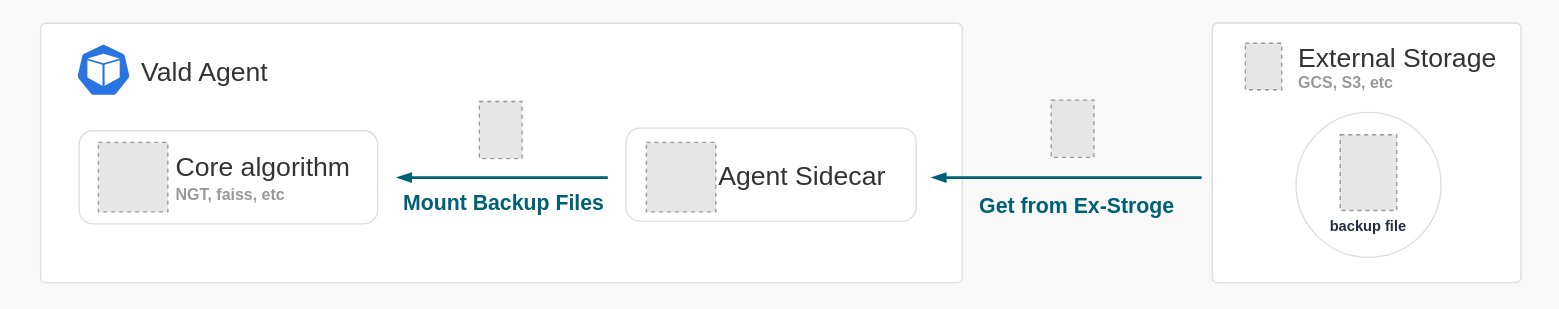
This is page "sidecar_restore" (3 of 4) of assets/docs/overview/component/agent/agent.drawio from vdaas/vald, a draw.io file, before an edit. Source tidied: cells renumbered, new cells numbered last; positions are measured from the earlier drawing's top-left corner, leaving out a move shared by most shapes. Both pictures are drawn from the tidied source at 133%, with x=0, y=0 at pixel (40, 23). Pictures stored in the file or linked from it are replaced by grey dashed boxes.
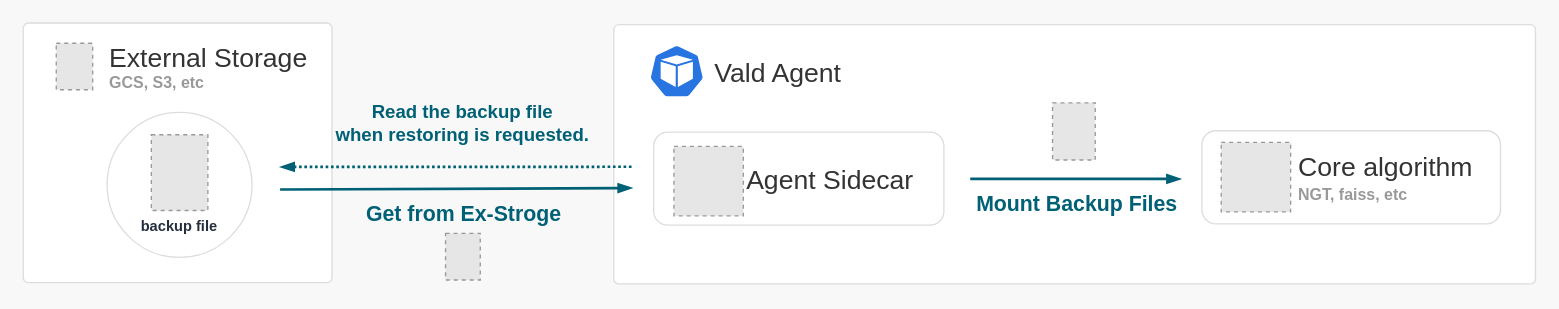
After the change.

What changed in the source:
```diff
@@
     <mxCell id="2" value="&lt;blockquote style=&quot;margin: 0px 0px 0px 40px ; border: none ; padding: 0px ; font-size: 20px&quot;&gt;&lt;blockquote style=&quot;margin: 0px 0px 0px 40px ; border: none ; padding: 0px ; font-size: 20px&quot;&gt;&lt;br&gt;&lt;/blockquote&gt;&lt;/blockquote&gt;" style="rounded=1;whiteSpace=wrap;html=1;shadow=0;glass=0;comic=0;strokeWidth=1;fontSize=20;fontColor=#000000;align=left;labelBackgroundColor=none;strokeColor=#DDDDDD;fillColor=#ffffff;verticalAlign=top;arcSize=2;" parent="1" vertex="1">
-      <mxGeometry x="881" y="-0.2" width="232.1" height="195.2" as="geometry" />
+      <mxGeometry x="-13" y="-0.2" width="232.1" height="195.2" as="geometry" />
     </mxCell>
     <mxCell id="3" value="&lt;blockquote style=&quot;margin: 0px 0px 0px 40px ; border: none ; padding: 0px ; font-size: 20px&quot;&gt;&lt;blockquote style=&quot;margin: 0px 0px 0px 40px ; border: none ; padding: 0px ; font-size: 20px&quot;&gt;&lt;br&gt;&lt;/blockquote&gt;&lt;/blockquote&gt;" style="rounded=1;whiteSpace=wrap;html=1;shadow=0;glass=0;comic=0;strokeWidth=1;fontSize=20;fontColor=#000000;align=left;labelBackgroundColor=none;strokeColor=#DDDDDD;fillColor=#ffffff;verticalAlign=top;arcSize=2;" parent="1" vertex="1">
-      <mxGeometry width="693" height="195" as="geometry" />
+      <mxGeometry x="431" y="1" width="693" height="195" as="geometry" />
     </mxCell>
     <mxCell id="4" value="&lt;font color=&quot;#006076&quot;&gt;Get from Ex-Stroge&lt;/font&gt;" style="text;html=1;align=center;verticalAlign=middle;strokeColor=none;fillColor=none;fontSize=16;shadow=0;fontStyle=1;" parent="1" vertex="1">
-      <mxGeometry x="696" y="121.8" width="165" height="31" as="geometry" />
+      <mxGeometry x="235" y="127" width="165" height="31" as="geometry" />
     </mxCell>
     <mxCell id="5" value="&lt;font color=&quot;#006076&quot;&gt;Mount Backup Files&lt;/font&gt;" style="text;html=1;align=center;verticalAlign=middle;strokeColor=none;fillColor=none;fontSize=16;shadow=0;fontStyle=1;" parent="1" vertex="1">
-      <mxGeometry x="263.5" y="119.8" width="169" height="31" as="geometry" />
+      <mxGeometry x="694.5" y="120.8" width="169" height="31" as="geometry" />
     </mxCell>
     <mxCell id="6" style="sketch=0;html=1;dashed=0;whitespace=wrap;fillColor=#2875E2;strokeColor=#ffffff;shape=mxgraph.kubernetes.icon;prIcon=pod;fontSize=16;" parent="1" vertex="1">
-      <mxGeometry x="26.5" y="15" width="41.7" height="40" as="geometry" />
+      <mxGeometry x="457.5" y="16" width="41.7" height="40" as="geometry" />
     </mxCell>
     <mxCell id="7" value="&lt;span style=&quot;color: rgb(51, 51, 51); font-family: Helvetica; font-size: 20px; font-style: normal; font-variant-ligatures: normal; font-variant-caps: normal; letter-spacing: normal; orphans: 2; text-align: left; text-indent: 0px; text-transform: none; widows: 2; word-spacing: 0px; -webkit-text-stroke-width: 0px; text-decoration-thickness: initial; text-decoration-style: initial; text-decoration-color: initial; float: none; display: inline !important;&quot;&gt;Vald Agent&lt;/span&gt;" style="text;whiteSpace=wrap;html=1;fontStyle=0;spacing=0;" parent="1" vertex="1">
-      <mxGeometry x="75.5" y="20" width="111" height="30" as="geometry" />
+      <mxGeometry x="506.5" y="21" width="111" height="30" as="geometry" />
     </mxCell>
     <mxCell id="8" value="&lt;blockquote style=&quot;margin: 0px 0px 0px 40px ; border: none ; padding: 0px ; font-size: 20px&quot;&gt;&lt;blockquote style=&quot;margin: 0px 0px 0px 40px ; border: none ; padding: 0px ; font-size: 10px&quot;&gt;&lt;br&gt;&lt;/blockquote&gt;&lt;/blockquote&gt;" style="rounded=1;whiteSpace=wrap;html=1;shadow=0;glass=0;comic=0;strokeWidth=1;fontSize=20;align=left;labelBackgroundColor=none;verticalAlign=top;strokeColor=#dddddd;" parent="1" vertex="1">
-      <mxGeometry x="29" y="80.8" width="224.5" height="70" as="geometry" />
+      <mxGeometry x="873.2" y="80.8" width="224.5" height="70" as="geometry" />
     </mxCell>
     <mxCell id="9" value="&lt;blockquote style=&quot;color: rgb(0, 0, 0); font-family: Helvetica; font-style: normal; font-variant-ligatures: normal; font-variant-caps: normal; font-weight: 400; letter-spacing: normal; orphans: 2; text-indent: 0px; text-transform: none; widows: 2; word-spacing: 0px; -webkit-text-stroke-width: 0px; text-decoration-thickness: initial; text-decoration-style: initial; text-decoration-color: initial; margin: 0px 0px 0px 40px; border: none; padding: 0px; font-size: 10px;&quot;&gt;&lt;br&gt;&lt;/blockquote&gt;&lt;blockquote style=&quot;color: rgb(0, 0, 0); font-family: Helvetica; font-style: normal; font-variant-ligatures: normal; font-variant-caps: normal; font-weight: 400; letter-spacing: normal; orphans: 2; text-indent: 0px; text-transform: none; widows: 2; word-spacing: 0px; -webkit-text-stroke-width: 0px; text-decoration-thickness: initial; text-decoration-style: initial; text-decoration-color: initial; margin: 0px 0px 0px 40px; border: none; padding: 0px; font-size: 20px;&quot;&gt;&lt;br&gt;&lt;/blockquote&gt;" style="text;whiteSpace=wrap;html=1;fontSize=18;align=left;spacing=0;" parent="1" vertex="1">
-      <mxGeometry x="68" y="88.8" width="220" height="60" as="geometry" />
+      <mxGeometry x="499" y="89.8" width="220" height="60" as="geometry" />
     </mxCell>
     <mxCell id="10" value="&lt;span style=&quot;color: rgb(51, 51, 51); font-family: Helvetica; font-size: 20px; font-style: normal; font-variant-ligatures: normal; font-variant-caps: normal; font-weight: 400; letter-spacing: normal; orphans: 2; text-align: left; text-indent: 0px; text-transform: none; widows: 2; word-spacing: 0px; -webkit-text-stroke-width: 0px; text-decoration-thickness: initial; text-decoration-style: initial; text-decoration-color: initial; float: none; display: inline !important;&quot;&gt;Core algorithm&lt;/span&gt;" style="text;whiteSpace=wrap;html=1;fontSize=19;spacing=0;" parent="1" vertex="1">
-      <mxGeometry x="102" y="90.8" width="160" height="30" as="geometry" />
+      <mxGeometry x="946.2" y="90.8" width="160" height="30" as="geometry" />
     </mxCell>
     <mxCell id="11" value="&lt;b style=&quot;font-family: Helvetica; font-style: normal; font-variant-ligatures: normal; font-variant-caps: normal; letter-spacing: normal; orphans: 2; text-align: left; text-indent: 0px; text-transform: none; widows: 2; word-spacing: 0px; -webkit-text-stroke-width: 0px; text-decoration-thickness: initial; text-decoration-style: initial; text-decoration-color: initial; font-size: 12px; color: rgb(153, 153, 153);&quot;&gt;NGT, faiss, etc&lt;/b&gt;" style="text;whiteSpace=wrap;html=1;fontSize=19;spacing=0;" parent="1" vertex="1">
-      <mxGeometry x="102" y="110.8" width="120" height="30" as="geometry" />
+      <mxGeometry x="946.2" y="110.8" width="120" height="30" as="geometry" />
     </mxCell>
     <mxCell id="12" style="fillColor=#E6E6E6;strokeColor=#999999;dashed=1;verticalLabelPosition=bottom;labelBackgroundColor=default;verticalAlign=top;" parent="1" vertex="1">
-      <mxGeometry x="329.9" y="58.8" width="32.1" height="43" as="geometry" />
+      <mxGeometry x="760.9" y="59.8" width="32.1" height="43" as="geometry" />
     </mxCell>
-    <mxCell id="13" style="endArrow=none;html=1;rounded=0;fontColor=none;strokeWidth=2;endFill=0;strokeColor=#006076;startArrow=blockThin;startFill=1;" parent="1" edge="1">
+    <mxCell id="13" style="endArrow=blockThin;html=1;rounded=0;fontColor=none;strokeWidth=2;endFill=1;strokeColor=#006076;startArrow=none;startFill=0;" parent="1" edge="1">
       <mxGeometry relative="1" as="geometry">
-        <mxPoint x="268" y="116" as="sourcePoint" />
-        <mxPoint x="426.5" y="116" as="targetPoint" />
+        <mxPoint x="699" y="117" as="sourcePoint" />
+        <mxPoint x="857.5" y="117" as="targetPoint" />
       </mxGeometry>
     </mxCell>
     <mxCell id="14" value="&lt;blockquote style=&quot;margin: 0px 0px 0px 40px ; border: none ; padding: 0px ; font-size: 20px&quot;&gt;&lt;blockquote style=&quot;margin: 0px 0px 0px 40px ; border: none ; padding: 0px ; font-size: 10px&quot;&gt;&lt;br&gt;&lt;/blockquote&gt;&lt;/blockquote&gt;" style="rounded=1;whiteSpace=wrap;html=1;shadow=0;glass=0;comic=0;strokeWidth=1;fontSize=20;align=left;labelBackgroundColor=none;verticalAlign=top;strokeColor=#dddddd;" parent="1" vertex="1">
-      <mxGeometry x="440.2" y="78.8" width="218.2" height="70" as="geometry" />
+      <mxGeometry x="461" y="81.8" width="218.2" height="70" as="geometry" />
     </mxCell>
     <mxCell id="15" value="&lt;span style=&quot;color: rgb(51, 51, 51); font-family: Helvetica; font-size: 20px; font-style: normal; font-variant-ligatures: normal; font-variant-caps: normal; font-weight: 400; letter-spacing: normal; orphans: 2; text-align: left; text-indent: 0px; text-transform: none; widows: 2; word-spacing: 0px; -webkit-text-stroke-width: 0px; text-decoration-thickness: initial; text-decoration-style: initial; text-decoration-color: initial; float: none; display: inline !important;&quot;&gt;Agent Sidecar&lt;/span&gt;" style="text;whiteSpace=wrap;html=1;fontSize=19;spacing=0;" parent="1" vertex="1">
-      <mxGeometry x="510.2" y="97.8" width="130.5" height="30" as="geometry" />
+      <mxGeometry x="531" y="100.8" width="130.5" height="30" as="geometry" />
     </mxCell>
     <mxCell id="16" style="fillColor=#E6E6E6;strokeColor=#999999;dashed=1;verticalLabelPosition=bottom;labelBackgroundColor=default;verticalAlign=top;" parent="1" vertex="1">
-      <mxGeometry x="759.9" y="57.8" width="32.1" height="43" as="geometry" />
+      <mxGeometry x="304.5" y="158" width="26.1" height="35" as="geometry" />
     </mxCell>
-    <mxCell id="17" style="endArrow=none;html=1;rounded=0;fontColor=none;strokeWidth=2;endFill=0;strokeColor=#006076;startArrow=blockThin;startFill=1;" parent="1" edge="1">
+    <mxCell id="17" style="endArrow=blockThin;html=1;rounded=0;fontColor=none;strokeWidth=2;endFill=1;strokeColor=#006076;startArrow=none;startFill=0;exitX=0.832;exitY=0.667;exitDx=0;exitDy=0;exitPerimeter=0;entryX=0.02;entryY=0.656;entryDx=0;entryDy=0;entryPerimeter=0;" parent="1" edge="1">
       <mxGeometry relative="1" as="geometry">
-        <mxPoint x="670" y="116" as="sourcePoint" />
-        <mxPoint x="873" y="116" as="targetPoint" />
+        <mxPoint x="180.1" y="125" as="sourcePoint" />
+        <mxPoint x="444.9" y="123.9" as="targetPoint" />
       </mxGeometry>
     </mxCell>
     <mxCell id="18" style="fillColor=#E6E6E6;strokeColor=#999999;dashed=1;verticalLabelPosition=bottom;labelBackgroundColor=default;verticalAlign=top;" parent="1" vertex="1">
-      <mxGeometry x="905.8" y="15" width="27.4" height="35" as="geometry" />
+      <mxGeometry x="11.8" y="15" width="27.4" height="35" as="geometry" />
     </mxCell>
     <mxCell id="19" style="fillColor=#E6E6E6;strokeColor=#999999;dashed=1;verticalLabelPosition=bottom;labelBackgroundColor=default;verticalAlign=top;" parent="1" vertex="1">
-      <mxGeometry x="43.5" y="89.6" width="52.2" height="52.2" as="geometry" />
+      <mxGeometry x="887.7" y="89.6" width="52.2" height="52.2" as="geometry" />
     </mxCell>
     <mxCell id="20" style="fillColor=#E6E6E6;strokeColor=#999999;dashed=1;verticalLabelPosition=bottom;labelBackgroundColor=default;verticalAlign=top;" parent="1" vertex="1">
-      <mxGeometry x="455.5" y="89.6" width="52.2" height="52.2" as="geometry" />
+      <mxGeometry x="476.2" y="92.6" width="52.2" height="52.2" as="geometry" />
     </mxCell>
     <mxCell id="21" value="&lt;span style=&quot;color: rgb(51, 51, 51); font-family: Helvetica; font-size: 20px; font-style: normal; font-variant-ligatures: normal; font-variant-caps: normal; font-weight: 400; letter-spacing: normal; orphans: 2; text-align: left; text-indent: 0px; text-transform: none; widows: 2; word-spacing: 0px; -webkit-text-stroke-width: 0px; text-decoration-thickness: initial; text-decoration-style: initial; text-decoration-color: initial; float: none; display: inline !important;&quot;&gt;External Storage&lt;/span&gt;" style="text;whiteSpace=wrap;html=1;fontSize=19;spacing=0;" parent="1" vertex="1">
-      <mxGeometry x="946" y="9" width="160" height="30" as="geometry" />
+      <mxGeometry x="52" y="9" width="160" height="30" as="geometry" />
     </mxCell>
     <mxCell id="22" value="&lt;b style=&quot;text-align: right; font-size: 12px; color: rgb(153, 153, 153);&quot;&gt;GCS, S3, etc&lt;/b&gt;" style="text;whiteSpace=wrap;html=1;fontSize=19;spacing=0;" parent="1" vertex="1">
-      <mxGeometry x="946" y="27" width="120" height="30" as="geometry" />
+      <mxGeometry x="52" y="27" width="120" height="30" as="geometry" />
     </mxCell>
     <mxCell id="23" style="ellipse;whiteSpace=wrap;html=1;labelBackgroundColor=#f8f8f8;strokeColor=#DDDDDD;" parent="1" vertex="1">
-      <mxGeometry x="944" y="67" width="109" height="109" as="geometry" />
+      <mxGeometry x="50" y="67" width="109" height="109" as="geometry" />
     </mxCell>
     <mxCell id="24" style="fillColor=#E6E6E6;strokeColor=#999999;dashed=1;verticalLabelPosition=bottom;labelBackgroundColor=default;verticalAlign=top;" parent="1" vertex="1">
-      <mxGeometry x="977.2" y="83.8" width="42.5" height="57" as="geometry" />
+      <mxGeometry x="83.3" y="83.8" width="42.5" height="57" as="geometry" />
     </mxCell>
     <mxCell id="25" value="&lt;font color=&quot;#232f3e&quot; style=&quot;font-size: 11px;&quot;&gt;&lt;span style=&quot;font-size: 11px;&quot;&gt;backup file&lt;/span&gt;&lt;/font&gt;" style="text;whiteSpace=wrap;html=1;align=center;spacing=0;fontSize=11;fontStyle=1;" parent="1" vertex="1">
-      <mxGeometry x="958" y="141.7" width="81" height="25.2" as="geometry" />
+      <mxGeometry x="64" y="141.7" width="81" height="25.2" as="geometry" />
     </mxCell>
+    <mxCell id="26" style="endArrow=none;html=1;rounded=0;fontColor=none;strokeWidth=2;endFill=0;strokeColor=#006076;startArrow=blockThin;startFill=1;dashed=1;dashPattern=1 1;exitX=0.832;exitY=0.58;exitDx=0;exitDy=0;exitPerimeter=0;entryX=0.022;entryY=0.574;entryDx=0;entryDy=0;entryPerimeter=0;" parent="1" edge="1">
+      <mxGeometry relative="1" as="geometry">
+        <mxPoint x="180.1" y="108" as="sourcePoint" />
+        <mxPoint x="446.2" y="107.9" as="targetPoint" />
+      </mxGeometry>
+    </mxCell>
+    <mxCell id="27" value="&lt;font color=&quot;#006076&quot; style=&quot;font-size: 14px;&quot;&gt;&lt;span style=&quot;font-size: 14px;&quot;&gt;Read the backup file &lt;br style=&quot;font-size: 14px;&quot;&gt;when restoring is requested.&lt;/span&gt;&lt;/font&gt;" style="text;html=1;align=center;verticalAlign=middle;strokeColor=none;fillColor=none;fontSize=14;shadow=0;fontStyle=1;" parent="1" vertex="1">
+      <mxGeometry x="212" y="51.6" width="209" height="46" as="geometry" />
+    </mxCell>
```
